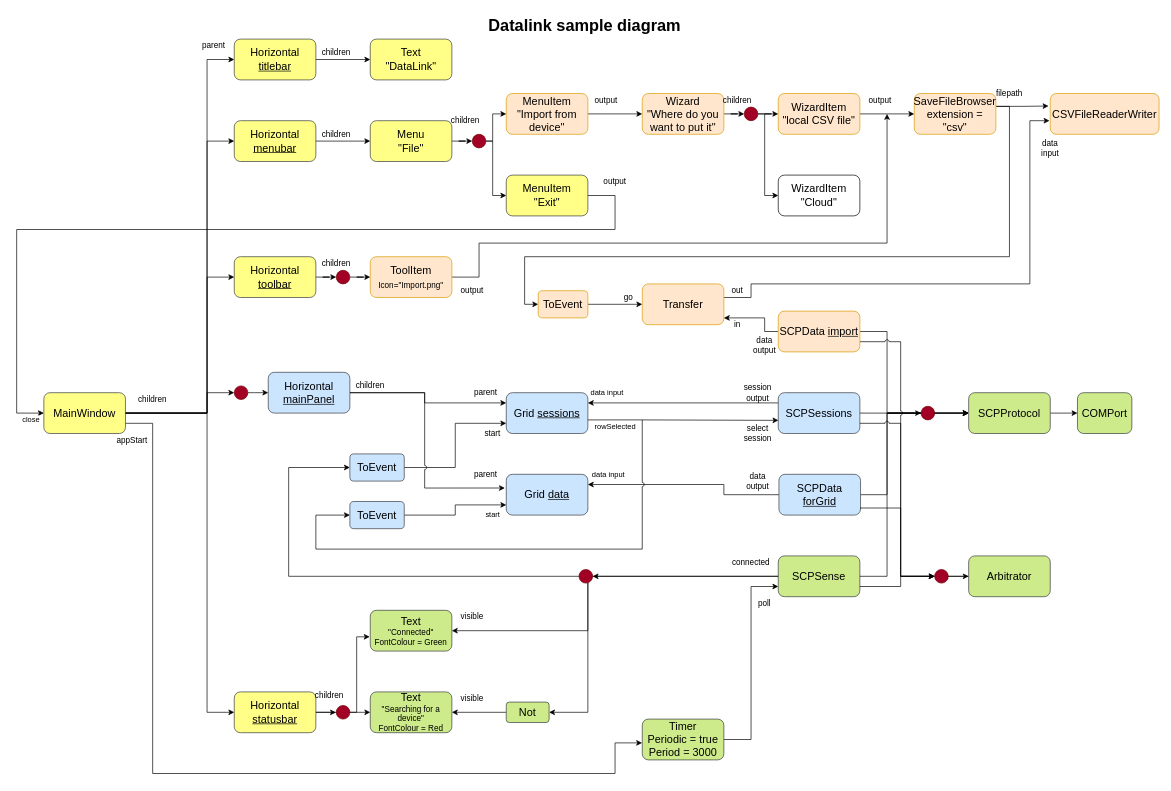
Earlier version of the draw.io diagram Application/Diagrams/Application.drawio (johnspray74/ALAExample). Source tidied: cells renumbered, new cells numbered last; positions are measured from the earlier drawing's top-left corner, leaving out a move shared by most shapes. Both pictures are drawn from the tidied source at 68%, with x=0, y=0 at pixel (16, 12).
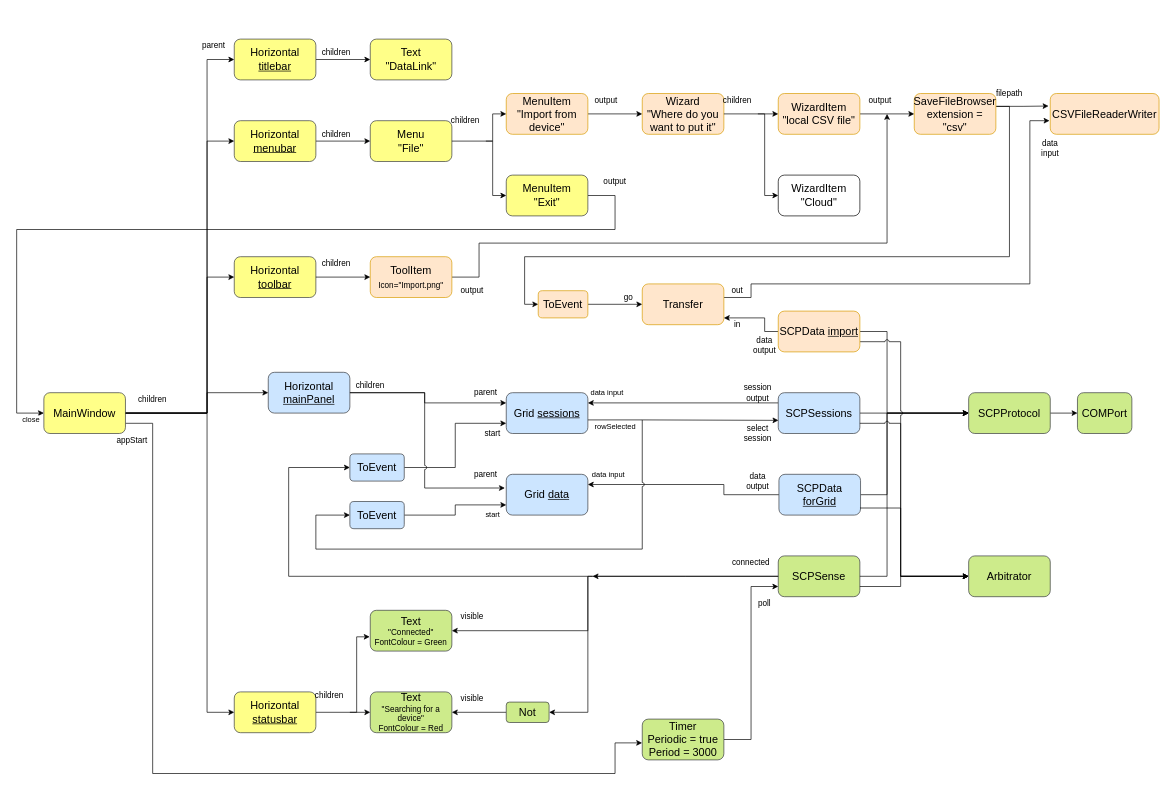
The same diagram, later.

The change refers to these unchanged cells:
```xml
<mxCell id="10" value="Horizontal &lt;u style=&quot;font-size: 16px;&quot;&gt;mainPanel&lt;/u&gt;" style="rounded=1;whiteSpace=wrap;html=1;fillColor=#cce5ff;strokeColor=#36393d;fontSize=16;" parent="1" vertex="1">
  <mxGeometry x="370" y="530" width="120" height="60" as="geometry" />
</mxCell>
<mxCell id="12" value="Horizontal &lt;u style=&quot;font-size: 16px;&quot;&gt;toolbar&lt;/u&gt;" style="rounded=1;whiteSpace=wrap;html=1;fillColor=#ffff88;strokeColor=#36393d;fontSize=16;" parent="1" vertex="1">
  <mxGeometry x="320" y="360" width="120" height="60" as="geometry" />
</mxCell>
<mxCell id="20" value="Horizontal &lt;u style=&quot;font-size: 16px;&quot;&gt;statusbar&lt;/u&gt;" style="rounded=1;whiteSpace=wrap;html=1;fillColor=#ffff88;strokeColor=#36393d;fontSize=16;" parent="1" vertex="1">
  <mxGeometry x="320" y="1000" width="120" height="60" as="geometry" />
</mxCell>
<mxCell id="25" value="Menu&lt;br style=&quot;font-size: 16px;&quot;&gt;&quot;File&quot;" style="rounded=1;whiteSpace=wrap;html=1;fillColor=#ffff88;strokeColor=#36393d;fontSize=16;" parent="1" vertex="1">
  <mxGeometry x="520" y="160" width="120" height="60" as="geometry" />
</mxCell>
<mxCell id="27" value="MenuItem&lt;br style=&quot;font-size: 16px;&quot;&gt;&quot;Import from device&quot;" style="rounded=1;whiteSpace=wrap;html=1;fillColor=#ffe6cc;strokeColor=#d79b00;fontSize=16;" parent="1" vertex="1">
  <mxGeometry x="720" y="120" width="120" height="60" as="geometry" />
</mxCell>
<mxCell id="29" value="Wizard&lt;br style=&quot;font-size: 16px;&quot;&gt;&quot;Where do you want to put it&quot;" style="rounded=1;whiteSpace=wrap;html=1;fillColor=#ffe6cc;strokeColor=#d79b00;fontSize=16;" parent="1" vertex="1">
  <mxGeometry x="920" y="120" width="120" height="60" as="geometry" />
</mxCell>
<mxCell id="31" value="WizardItem&lt;br style=&quot;font-size: 16px;&quot;&gt;&quot;local CSV file&quot;" style="rounded=1;whiteSpace=wrap;html=1;fillColor=#ffe6cc;strokeColor=#d79b00;fontSize=16;" parent="1" vertex="1">
  <mxGeometry x="1120" y="120" width="120" height="60" as="geometry" />
</mxCell>
<mxCell id="37" value="MenuItem&lt;br style=&quot;font-size: 16px;&quot;&gt;&quot;Exit&quot;" style="rounded=1;whiteSpace=wrap;html=1;fillColor=#ffff88;strokeColor=#36393d;fontSize=16;" parent="1" vertex="1">
  <mxGeometry x="720" y="240" width="120" height="60" as="geometry" />
</mxCell>
<mxCell id="38" value="WizardItem&lt;br style=&quot;font-size: 16px;&quot;&gt;&quot;Cloud&quot;" style="rounded=1;whiteSpace=wrap;html=1;fontSize=16;" parent="1" vertex="1">
  <mxGeometry x="1120" y="240" width="120" height="60" as="geometry" />
</mxCell>
<mxCell id="51" value="&lt;font style=&quot;font-size: 16px&quot;&gt;Text&lt;/font&gt;&lt;br&gt;&quot;Connected&quot;&lt;br&gt;FontColour = Green" style="rounded=1;whiteSpace=wrap;html=1;fillColor=#cdeb8b;strokeColor=#36393d;" parent="1" vertex="1">
  <mxGeometry x="520" y="880" width="120" height="60" as="geometry" />
</mxCell>
<mxCell id="53" value="ToolItem&lt;br style=&quot;font-size: 16px&quot;&gt;&lt;font style=&quot;font-size: 12px&quot;&gt;Icon=&quot;Import.png&quot;&lt;/font&gt;" style="rounded=1;whiteSpace=wrap;html=1;fillColor=#ffe6cc;strokeColor=#d79b00;fontSize=16;" parent="1" vertex="1">
  <mxGeometry x="520" y="360" width="120" height="60" as="geometry" />
</mxCell>
<mxCell id="66" value="SCPSessions" style="rounded=1;whiteSpace=wrap;html=1;fillColor=#cce5ff;strokeColor=#36393d;fontSize=16;" parent="1" vertex="1">
  <mxGeometry x="1120" y="560" width="120" height="60" as="geometry" />
</mxCell>
<mxCell id="69" value="SCPData &lt;u style=&quot;font-size: 16px;&quot;&gt;forGrid&lt;/u&gt;" style="rounded=1;whiteSpace=wrap;html=1;fillColor=#cce5ff;strokeColor=#36393d;fontSize=16;" parent="1" vertex="1">
  <mxGeometry x="1121" y="680" width="120" height="60" as="geometry" />
</mxCell>
<mxCell id="74" value="SCPSense" style="rounded=1;whiteSpace=wrap;html=1;fillColor=#cdeb8b;strokeColor=#36393d;fontSize=16;" parent="1" vertex="1">
  <mxGeometry x="1120" y="800" width="120" height="60" as="geometry" />
</mxCell>
<mxCell id="77" value="SCPProtocol" style="rounded=1;whiteSpace=wrap;html=1;fillColor=#cdeb8b;strokeColor=#36393d;fontSize=16;" parent="1" vertex="1">
  <mxGeometry x="1400" y="560" width="120" height="60" as="geometry" />
</mxCell>
<mxCell id="78" value="Arbitrator" style="rounded=1;whiteSpace=wrap;html=1;fillColor=#cdeb8b;strokeColor=#36393d;fontSize=16;" parent="1" vertex="1">
  <mxGeometry x="1400" y="800" width="120" height="60" as="geometry" />
</mxCell>
<mxCell id="107" value="ToEvent" style="rounded=1;whiteSpace=wrap;html=1;fillColor=#cce5ff;strokeColor=#36393d;fontSize=16;" parent="1" vertex="1">
  <mxGeometry x="490" y="650" width="80" height="40" as="geometry" />
</mxCell>
```

Diff of the diagram source:
```diff
@@
-    <mxCell id="2" value="Datalink sample diagram" style="text;strokeColor=none;fillColor=none;html=1;fontSize=24;fontStyle=1;verticalAlign=middle;align=center;" parent="1" vertex="1">
-      <mxGeometry x="40" width="1590" height="40" as="geometry" />
-    </mxCell>
-    <mxCell id="3" style="edgeStyle=orthogonalEdgeStyle;rounded=0;jettySize=auto;html=1;entryX=0;entryY=0.5;entryDx=0;entryDy=0;exitX=1;exitY=0.5;exitDx=0;exitDy=0;" parent="1" edge="1" source="21" target="10">
-      <mxGeometry relative="1" as="geometry">
-        <Array as="points">
-          <mxPoint x="350" y="560" />
-          <mxPoint x="350" y="560" />
-        </Array>
-      </mxGeometry>
-    </mxCell>
@@
-    <mxCell id="11" style="edgeStyle=orthogonalEdgeStyle;rounded=0;jettySize=auto;html=1;entryX=0;entryY=0.5;entryDx=0;entryDy=0;" parent="1" edge="1" source="12" target="55">
-      <mxGeometry relative="1" as="geometry" />
-    </mxCell>
@@
-    <mxCell id="19" style="edgeStyle=orthogonalEdgeStyle;rounded=0;jettySize=auto;html=1;entryX=-0.007;entryY=0.65;entryDx=0;entryDy=0;entryPerimeter=0;" parent="1" edge="1" source="83" target="51">
+    <mxCell id="19" style="edgeStyle=orthogonalEdgeStyle;rounded=0;jettySize=auto;html=1;entryX=-0.007;entryY=0.65;entryDx=0;entryDy=0;entryPerimeter=0;" parent="1" edge="1" target="51">
       <mxGeometry relative="1" as="geometry">
+        <mxPoint x="490" y="1030" as="sourcePoint" />
         <Array as="points">
           <mxPoint x="500" y="1030" />
           <mxPoint x="500" y="919" />
         </Array>
       </mxGeometry>
     </mxCell>
@@
-    <mxCell id="21" style="ellipse;whiteSpace=wrap;html=1;fillColor=#a20025;strokeColor=#6F0000;fontColor=#ffffff;" parent="1" vertex="1">
-      <mxGeometry x="320" y="550" width="20" height="20" as="geometry" />
-    </mxCell>
-    <mxCell id="22" style="edgeStyle=orthogonalEdgeStyle;rounded=0;jettySize=auto;html=1;entryX=0;entryY=0.5;entryDx=0;entryDy=0;" parent="1" edge="1" target="21">
+    <mxCell id="22" style="edgeStyle=orthogonalEdgeStyle;rounded=0;jettySize=auto;html=1;entryX=0;entryY=0.5;entryDx=0;entryDy=0;" parent="1" edge="1" target="10">
       <mxGeometry relative="1" as="geometry">
         <mxPoint x="160" y="590" as="sourcePoint" />
         <Array as="points">
           <mxPoint x="280" y="590" />
           <mxPoint x="280" y="560" />
         </Array>
       </mxGeometry>
     </mxCell>
@@
-    <mxCell id="24" style="edgeStyle=orthogonalEdgeStyle;rounded=0;jettySize=auto;html=1;entryX=0;entryY=0.5;entryDx=0;entryDy=0;" parent="1" edge="1" source="25" target="46">
-      <mxGeometry relative="1" as="geometry" />
-    </mxCell>
@@
-    <mxCell id="28" style="edgeStyle=orthogonalEdgeStyle;rounded=0;jettySize=auto;html=1;entryX=0;entryY=0.5;entryDx=0;entryDy=0;" parent="1" edge="1" source="29" target="49">
-      <mxGeometry relative="1" as="geometry" />
-    </mxCell>
@@
-    <mxCell id="44" style="edgeStyle=orthogonalEdgeStyle;rounded=0;jettySize=auto;html=1;entryX=0;entryY=0.5;entryDx=0;entryDy=0;" parent="1" edge="1" source="46" target="27">
+    <mxCell id="44" style="edgeStyle=orthogonalEdgeStyle;rounded=0;jettySize=auto;html=1;entryX=0;entryY=0.5;entryDx=0;entryDy=0;" parent="1" edge="1" target="27">
       <mxGeometry relative="1" as="geometry">
+        <mxPoint x="690" y="190" as="sourcePoint" />
         <Array as="points">
           <mxPoint x="700" y="190" />
           <mxPoint x="700" y="150" />
         </Array>
       </mxGeometry>
     </mxCell>
-    <mxCell id="45" style="edgeStyle=orthogonalEdgeStyle;rounded=0;jettySize=auto;html=1;entryX=0;entryY=0.5;entryDx=0;entryDy=0;" parent="1" edge="1" source="46" target="37">
+    <mxCell id="45" style="edgeStyle=orthogonalEdgeStyle;rounded=0;jettySize=auto;html=1;entryX=0;entryY=0.5;entryDx=0;entryDy=0;" parent="1" edge="1" target="37">
       <mxGeometry relative="1" as="geometry">
+        <mxPoint x="640" y="190" as="sourcePoint" />
         <Array as="points">
+          <mxPoint x="640" y="190" />
           <mxPoint x="700" y="190" />
           <mxPoint x="700" y="270" />
         </Array>
       </mxGeometry>
     </mxCell>
-    <mxCell id="46" style="ellipse;whiteSpace=wrap;html=1;fillColor=#a20025;strokeColor=#6F0000;fontColor=#ffffff;" parent="1" vertex="1">
-      <mxGeometry x="670" y="180" width="20" height="20" as="geometry" />
-    </mxCell>
-    <mxCell id="47" style="edgeStyle=orthogonalEdgeStyle;rounded=0;jettySize=auto;html=1;entryX=0;entryY=0.5;entryDx=0;entryDy=0;" parent="1" edge="1" source="49" target="31">
-      <mxGeometry relative="1" as="geometry" />
+    <mxCell id="47" style="edgeStyle=orthogonalEdgeStyle;rounded=0;jettySize=auto;html=1;entryX=0;entryY=0.5;entryDx=0;entryDy=0;" parent="1" edge="1" target="31">
+      <mxGeometry relative="1" as="geometry">
+        <mxPoint x="1090" y="150" as="sourcePoint" />
+      </mxGeometry>
     </mxCell>
-    <mxCell id="48" style="edgeStyle=orthogonalEdgeStyle;rounded=0;jettySize=auto;html=1;entryX=0;entryY=0.5;entryDx=0;entryDy=0;" parent="1" edge="1" source="49" target="38">
+    <mxCell id="48" style="edgeStyle=orthogonalEdgeStyle;rounded=0;jettySize=auto;html=1;entryX=0;entryY=0.5;entryDx=0;entryDy=0;exitX=1;exitY=0.5;exitDx=0;exitDy=0;" parent="1" edge="1" source="29" target="38">
       <mxGeometry relative="1" as="geometry">
         <Array as="points">
           <mxPoint x="1100" y="150" />
           <mxPoint x="1100" y="270" />
         </Array>
       </mxGeometry>
     </mxCell>
-    <mxCell id="49" style="ellipse;whiteSpace=wrap;html=1;fillColor=#a20025;strokeColor=#6F0000;fontColor=#ffffff;" parent="1" vertex="1">
-      <mxGeometry x="1070" y="140" width="20" height="20" as="geometry" />
-    </mxCell>
@@
-    <mxCell id="54" style="edgeStyle=orthogonalEdgeStyle;rounded=0;jettySize=auto;html=1;entryX=0;entryY=0.5;entryDx=0;entryDy=0;" parent="1" edge="1" source="55" target="53">
+    <mxCell id="54" style="edgeStyle=orthogonalEdgeStyle;rounded=0;jettySize=auto;html=1;entryX=0;entryY=0.5;entryDx=0;entryDy=0;exitX=1;exitY=0.5;exitDx=0;exitDy=0;" parent="1" edge="1" source="12" target="53">
       <mxGeometry relative="1" as="geometry" />
     </mxCell>
-    <mxCell id="55" style="ellipse;whiteSpace=wrap;html=1;fillColor=#a20025;strokeColor=#6F0000;fontColor=#ffffff;" parent="1" vertex="1">
-      <mxGeometry x="470" y="380" width="20" height="20" as="geometry" />
-    </mxCell>
@@
-    <mxCell id="71" style="edgeStyle=orthogonalEdgeStyle;rounded=0;jettySize=auto;html=1;entryX=1;entryY=0.5;entryDx=0;entryDy=0;" parent="1" edge="1" source="86" target="51">
+    <mxCell id="71" style="edgeStyle=orthogonalEdgeStyle;rounded=0;jettySize=auto;html=1;entryX=1;entryY=0.5;entryDx=0;entryDy=0;" parent="1" edge="1" target="51">
       <mxGeometry relative="1" as="geometry">
+        <mxPoint x="847" y="830" as="sourcePoint" />
         <Array as="points">
           <mxPoint x="840" y="830" />
           <mxPoint x="840" y="910" />
         </Array>
       </mxGeometry>
     </mxCell>
-    <mxCell id="72" style="edgeStyle=orthogonalEdgeStyle;rounded=0;jettySize=auto;html=1;entryX=0;entryY=0.5;entryDx=0;entryDy=0;" parent="1" edge="1" source="124" target="77">
-      <mxGeometry relative="1" as="geometry">
-        <Array as="points">
-          <mxPoint x="1280" y="590" />
-        </Array>
-      </mxGeometry>
-    </mxCell>
-    <mxCell id="73" style="edgeStyle=orthogonalEdgeStyle;rounded=0;jettySize=auto;html=1;exitX=1;exitY=0.75;exitDx=0;exitDy=0;" parent="1" edge="1" source="88">
-      <mxGeometry relative="1" as="geometry">
-        <mxPoint x="1520" y="830" as="targetPoint" />
-        <Array as="points">
-          <mxPoint x="1369" y="830" />
-        </Array>
-      </mxGeometry>
-    </mxCell>
@@
-    <mxCell id="83" style="ellipse;whiteSpace=wrap;html=1;fillColor=#a20025;strokeColor=#6F0000;fontColor=#ffffff;" parent="1" vertex="1">
-      <mxGeometry x="470" y="1020" width="20" height="20" as="geometry" />
-    </mxCell>
-    <mxCell id="84" style="edgeStyle=orthogonalEdgeStyle;rounded=0;jettySize=auto;html=1;entryX=-0.024;entryY=0.512;entryDx=0;entryDy=0;entryPerimeter=0;" parent="1" edge="1" source="20" target="83">
-      <mxGeometry relative="1" as="geometry" />
-    </mxCell>
-    <mxCell id="85" style="edgeStyle=orthogonalEdgeStyle;rounded=0;jettySize=auto;html=1;entryX=0;entryY=0.5;entryDx=0;entryDy=0;" parent="1" edge="1" source="86" target="107">
+    <mxCell id="85" style="edgeStyle=orthogonalEdgeStyle;rounded=0;jettySize=auto;html=1;entryX=0;entryY=0.5;entryDx=0;entryDy=0;" parent="1" edge="1" target="107">
       <mxGeometry x="0.9" y="-10" relative="1" as="geometry">
+        <mxPoint x="840" y="830" as="sourcePoint" />
         <Array as="points">
           <mxPoint x="400" y="830" />
           <mxPoint x="400" y="670" />
         </Array>
       </mxGeometry>
     </mxCell>
-    <mxCell id="86" style="ellipse;whiteSpace=wrap;html=1;fillColor=#a20025;strokeColor=#6F0000;fontColor=#ffffff;" parent="1" vertex="1">
-      <mxGeometry x="827" y="820" width="20" height="20" as="geometry" />
-    </mxCell>
-    <mxCell id="87" style="edgeStyle=orthogonalEdgeStyle;rounded=0;jettySize=auto;html=1;entryX=1;entryY=0.5;entryDx=0;entryDy=0;" parent="1" edge="1" source="74" target="86">
-      <mxGeometry relative="1" as="geometry" />
+    <mxCell id="87" style="edgeStyle=orthogonalEdgeStyle;rounded=0;jettySize=auto;html=1;entryX=1;entryY=0.5;entryDx=0;entryDy=0;" parent="1" edge="1" source="74">
+      <mxGeometry relative="1" as="geometry">
+        <mxPoint x="847" y="830" as="targetPoint" />
+      </mxGeometry>
     </mxCell>
-    <mxCell id="88" style="ellipse;whiteSpace=wrap;html=1;fillColor=#a20025;strokeColor=#6F0000;fontColor=#ffffff;" parent="1" vertex="1">
-      <mxGeometry x="1350" y="820" width="20" height="20" as="geometry" />
-    </mxCell>
-    <mxCell id="89" style="edgeStyle=orthogonalEdgeStyle;rounded=0;jettySize=auto;html=1;exitX=1;exitY=0.75;exitDx=0;exitDy=0;" parent="1" edge="1" source="74" target="88">
+    <mxCell id="89" style="edgeStyle=orthogonalEdgeStyle;rounded=0;jettySize=auto;html=1;exitX=1;exitY=0.75;exitDx=0;exitDy=0;" parent="1" edge="1" source="74">
       <mxGeometry relative="1" as="geometry">
+        <mxPoint x="1400" y="830" as="targetPoint" />
         <Array as="points">
           <mxPoint x="1300" y="845" />
           <mxPoint x="1300" y="830" />
         </Array>
       </mxGeometry>
     </mxCell>
@@
-    <mxCell id="119" style="edgeStyle=orthogonalEdgeStyle;rounded=0;jettySize=auto;html=1;entryX=0;entryY=0.5;entryDx=0;entryDy=0;exitX=0.993;exitY=0.826;exitDx=0;exitDy=0;exitPerimeter=0;jumpStyle=arc;" parent="1" edge="1" source="69" target="88">
+    <mxCell id="119" style="edgeStyle=orthogonalEdgeStyle;rounded=0;jettySize=auto;html=1;exitX=0.993;exitY=0.826;exitDx=0;exitDy=0;exitPerimeter=0;jumpStyle=arc;" parent="1" edge="1" source="69">
       <mxGeometry relative="1" as="geometry">
+        <mxPoint x="1400" y="830" as="targetPoint" />
         <Array as="points">
           <mxPoint x="1300" y="730" />
           <mxPoint x="1300" y="830" />
         </Array>
       </mxGeometry>
     </mxCell>
-    <mxCell id="120" style="edgeStyle=orthogonalEdgeStyle;rounded=0;jettySize=auto;html=1;exitX=1;exitY=0.75;exitDx=0;exitDy=0;jumpStyle=arc;" parent="1" edge="1" source="66">
+    <mxCell id="120" style="edgeStyle=orthogonalEdgeStyle;rounded=0;jettySize=auto;html=1;exitX=1;exitY=0.75;exitDx=0;exitDy=0;jumpStyle=arc;entryX=0;entryY=0.5;entryDx=0;entryDy=0;" parent="1" edge="1" source="66" target="78">
       <mxGeometry relative="1" as="geometry">
-        <mxPoint x="1350" y="830" as="targetPoint" />
         <Array as="points">
           <mxPoint x="1300" y="605" />
           <mxPoint x="1300" y="830" />
         </Array>
       </mxGeometry>
     </mxCell>
@@
-    <mxCell id="124" style="ellipse;whiteSpace=wrap;html=1;fillColor=#a20025;strokeColor=#6F0000;fontColor=#ffffff;" parent="1" vertex="1">
-      <mxGeometry x="1330" y="580" width="20" height="20" as="geometry" />
-    </mxCell>
-    <mxCell id="125" style="edgeStyle=orthogonalEdgeStyle;rounded=0;jettySize=auto;html=1;entryX=0;entryY=0.5;entryDx=0;entryDy=0;" parent="1" edge="1" source="74" target="124">
+    <mxCell id="125" style="edgeStyle=orthogonalEdgeStyle;rounded=0;jettySize=auto;html=1;" parent="1" edge="1" source="74">
       <mxGeometry relative="1" as="geometry">
+        <mxPoint x="1400" y="590" as="targetPoint" />
         <Array as="points">
           <mxPoint x="1280" y="830" />
         </Array>
       </mxGeometry>
     </mxCell>
```
